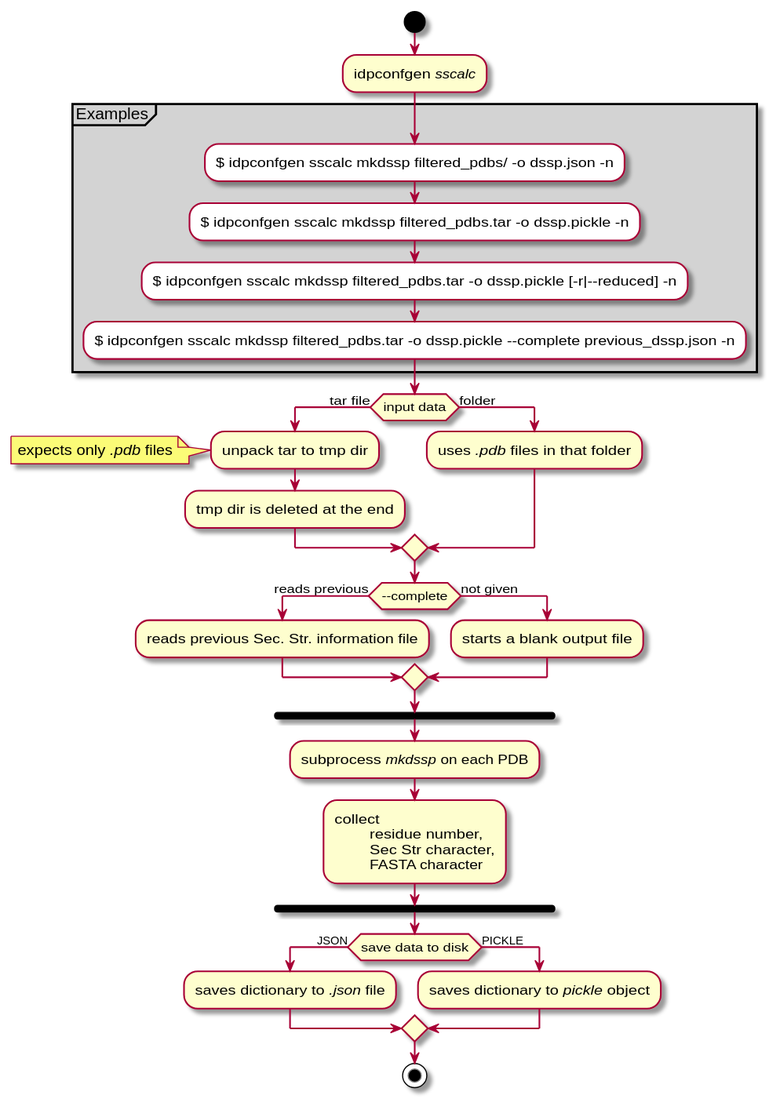
Above: docs/UMLs/idpconfgen_sscalc.svg in julie-forman-kay-lab/IDPConformerGenerator (PlantUML), before the change. Source of this version:
```plantuml
@startuml

start

:idpconfgen //sscalc//;

partition #LIGHTGREY Examples {
    #WHITE:$ idpconfgen sscalc mkdssp filtered_pdbs/ -o dssp.json -n;
    #WHITE:$ idpconfgen sscalc mkdssp filtered_pdbs.tar -o dssp.pickle -n;
    #WHITE:$ idpconfgen sscalc mkdssp filtered_pdbs.tar -o dssp.pickle [-r|--reduced] -n;
    #WHITE:$ idpconfgen sscalc mkdssp filtered_pdbs.tar -o dssp.pickle --complete previous_dssp.json -n;
    }

if (input data) then (tar file)
    :unpack tar to tmp dir;
    note left
        expects only //.pdb// files
    end note
    :tmp dir is deleted at the end;
else (folder)
    :uses //.pdb// files in that folder;
endif

if (--complete) then (reads previous)
    :reads previous Sec. Str. information file;
else (not given)
    :starts a blank output file;
endif

fork

:subprocess //mkdssp// on each PDB;
:collect
        residue number,
        Sec Str character,
        FASTA character;
end fork

if (save data to disk) then (JSON)
    :saves dictionary to //.json// file;
else (PICKLE)
    :saves dictionary to //pickle// object;
endif

stop

@enduml
```
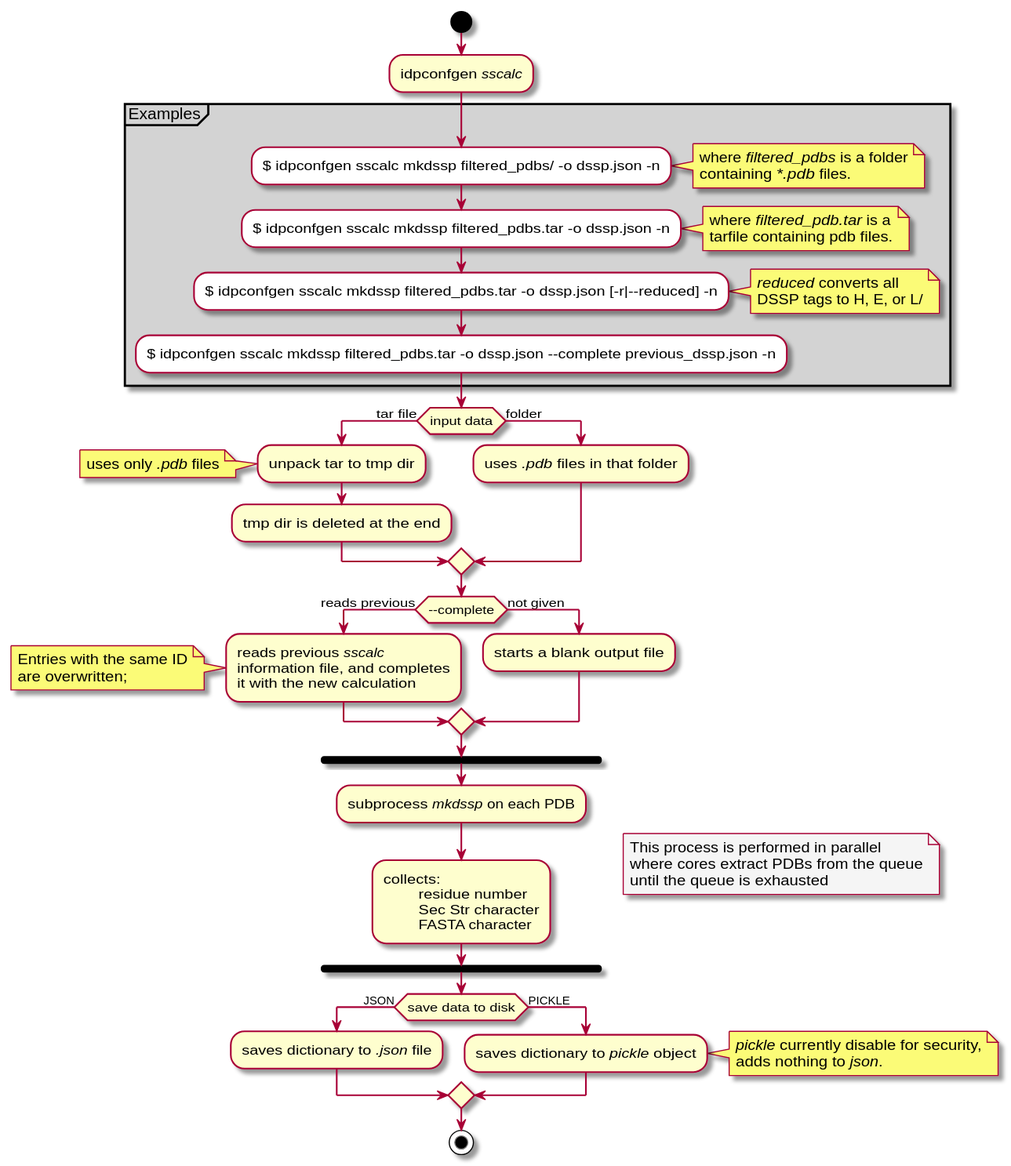
After the commit.

Change to the diagram source:
```diff
@@ -6,15 +6,27 @@
 
 partition #LIGHTGREY Examples {
     #WHITE:$ idpconfgen sscalc mkdssp filtered_pdbs/ -o dssp.json -n;
-    #WHITE:$ idpconfgen sscalc mkdssp filtered_pdbs.tar -o dssp.pickle -n;
-    #WHITE:$ idpconfgen sscalc mkdssp filtered_pdbs.tar -o dssp.pickle [-r|--reduced] -n;
-    #WHITE:$ idpconfgen sscalc mkdssp filtered_pdbs.tar -o dssp.pickle --complete previous_dssp.json -n;
+    note right
+        where //filtered_pdbs// is a folder
+        containing //*.pdb// files.
+    end note
+    #WHITE:$ idpconfgen sscalc mkdssp filtered_pdbs.tar -o dssp.json -n;
+    note right
+        where //filtered_pdb.tar// is a
+        tarfile containing pdb files.
+    end note
+    #WHITE:$ idpconfgen sscalc mkdssp filtered_pdbs.tar -o dssp.json [-r|--reduced] -n;
+    note right
+        //reduced// converts all
+        DSSP tags to H, E, or L/
+    end note
+    #WHITE:$ idpconfgen sscalc mkdssp filtered_pdbs.tar -o dssp.json --complete previous_dssp.json -n;
     }
 
 if (input data) then (tar file)
     :unpack tar to tmp dir;
     note left
-        expects only //.pdb// files
+        uses only //.pdb// files
     end note
     :tmp dir is deleted at the end;
 else (folder)
@@ -22,7 +34,13 @@
 endif
 
 if (--complete) then (reads previous)
-    :reads previous Sec. Str. information file;
+    :reads previous //sscalc//
+    information file, and completes
+    it with the new calculation;
+    note left
+        Entries with the same ID
+        are overwritten;
+    end note
 else (not given)
     :starts a blank output file;
 endif
@@ -30,16 +48,25 @@
 fork
 
 :subprocess //mkdssp// on each PDB;
-:collect
-        residue number,
-        Sec Str character,
+:collects:
+        residue number
+        Sec Str character
         FASTA character;
 end fork
+note right #whitesmoke
+    This process is performed in parallel
+    where cores extract PDBs from the queue
+    until the queue is exhausted
+end note
 
 if (save data to disk) then (JSON)
     :saves dictionary to //.json// file;
 else (PICKLE)
     :saves dictionary to //pickle// object;
+    note right
+        //pickle// currently disable for security,
+        adds nothing to //json//.
+    end note
 endif
 
 stop
```
